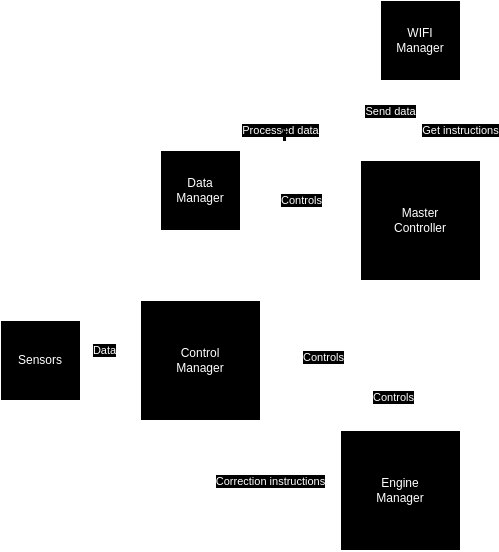
Earlier version of the draw.io export diagrams/components.png (uwo-o/project-drone). Source tidied: cells renumbered, new cells last; positions are measured from the earlier drawing's top-left corner, leaving out a move shared by most shapes.
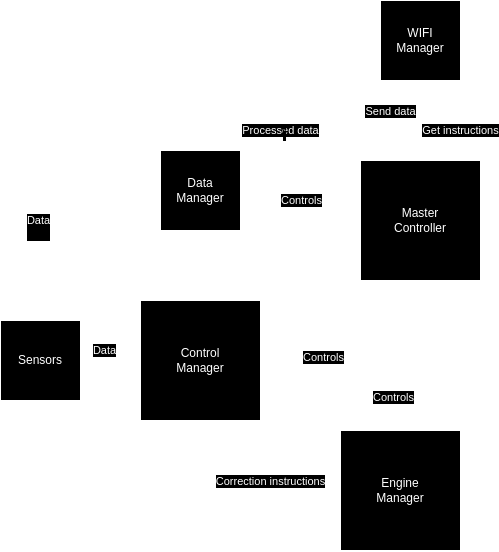
Later version of the same file.

What changed in the source:
```diff
@@ -30,6 +30,9 @@
     <mxCell id="7" style="edgeStyle=orthogonalEdgeStyle;rounded=0;jettySize=auto;html=1;entryX=0;entryY=0.5;entryDx=0;entryDy=0;exitX=0.5;exitY=0;exitDx=0;exitDy=0;" parent="1" edge="1" source="10" target="14">
       <mxGeometry relative="1" as="geometry" />
     </mxCell>
+    <mxCell id="26" value="Data&lt;div&gt;&lt;br&gt;&lt;/div&gt;" style="edgeLabel;html=1;align=center;verticalAlign=middle;" parent="7" vertex="1">
+      <mxGeometry x="-0.25" y="2" relative="1" as="geometry" />
+    </mxCell>
     <mxCell id="8" style="edgeStyle=orthogonalEdgeStyle;rounded=0;jettySize=auto;html=1;entryX=0;entryY=0.5;entryDx=0;entryDy=0;" parent="1" edge="1" source="10" target="16">
       <mxGeometry relative="1" as="geometry" />
     </mxCell>
```
